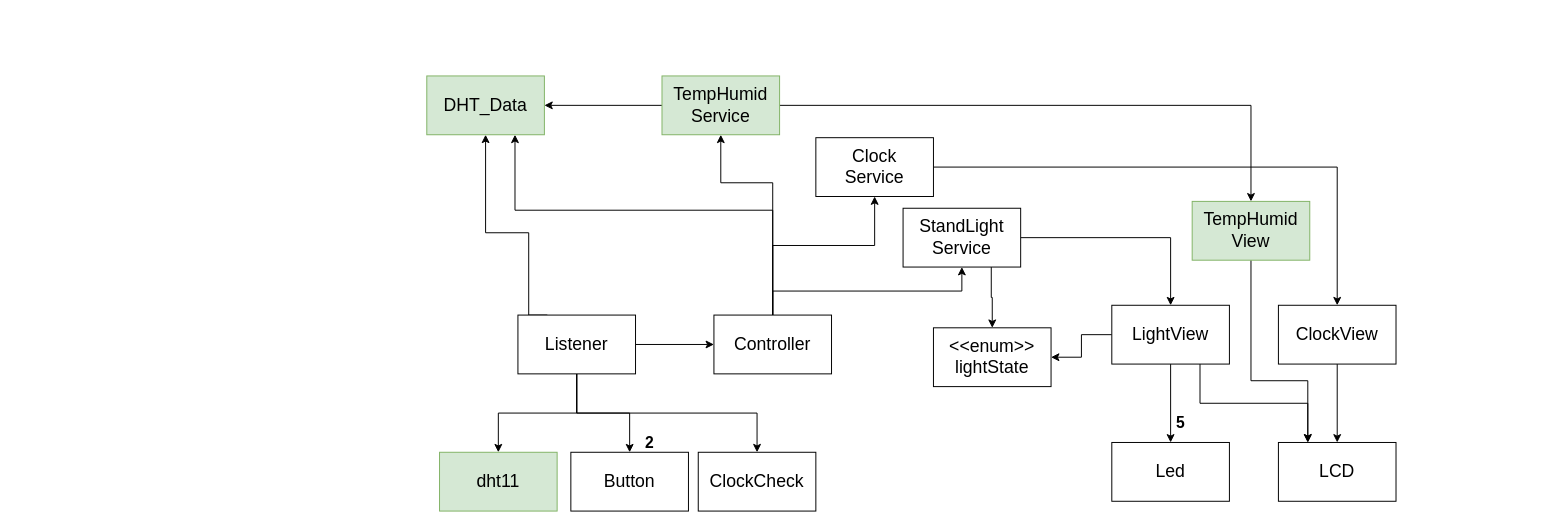
This is page "페이지-1" (1 of 2) of sw_design/architecture.drawio from Code-Jiugae/StandLight_hw, a draw.io file, before an edit. Source tidied: cells renumbered, new cells numbered last; positions are measured from the earlier drawing's top-left corner, leaving out a move shared by most shapes. Both pictures are drawn from the tidied source at 98%, with x=0, y=0 at pixel (426, 75).
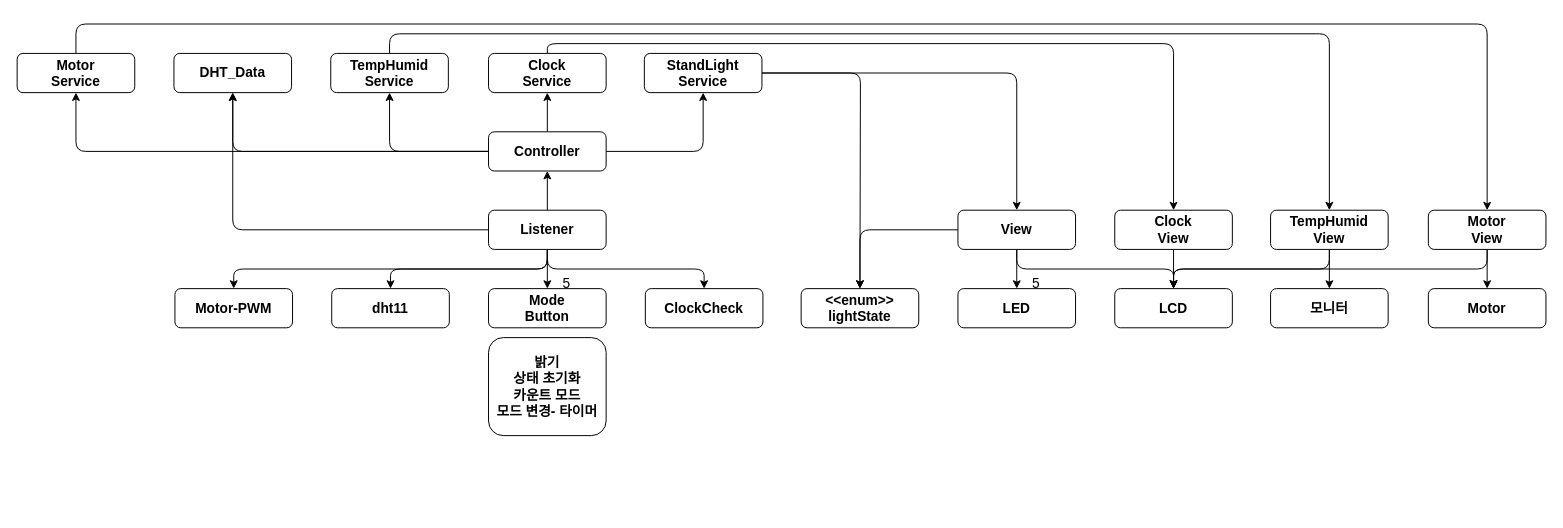
After the change.

Diff of the diagram source:
```diff
@@
-    <mxCell id="2" value="Button" style="whiteSpace=wrap;html=1;fontSize=18;" parent="1" vertex="1">
-      <mxGeometry x="147" y="384" width="120" height="60" as="geometry" />
-    </mxCell>
-    <mxCell id="3" style="edgeStyle=none;html=1;fontSize=18;" parent="1" edge="1" source="8" target="13">
-      <mxGeometry relative="1" as="geometry" />
-    </mxCell>
+    <mxCell id="34" style="edgeStyle=none;html=1;fontSize=14;rounded=1;" parent="1" edge="1" source="8" target="13">
+      <mxGeometry relative="1" as="geometry" />
+    </mxCell>
+    <mxCell id="38" style="edgeStyle=none;html=1;fontSize=14;rounded=1;" parent="1" edge="1" source="8" target="40">
+      <mxGeometry relative="1" as="geometry" />
+    </mxCell>
-    <mxCell id="4" style="edgeStyle=orthogonalEdgeStyle;rounded=0;html=1;exitX=0.5;exitY=1;exitDx=0;exitDy=0;entryX=0.5;entryY=0;entryDx=0;entryDy=0;fontSize=16;" parent="1" edge="1" source="8" target="29">
-      <mxGeometry relative="1" as="geometry" />
+    <mxCell id="4" style="edgeStyle=none;html=1;exitX=0.5;exitY=1;exitDx=0;exitDy=0;entryX=0.5;entryY=0;entryDx=0;entryDy=0;fontSize=14;rounded=1;" parent="1" edge="1" source="8" target="29">
+      <mxGeometry relative="1" as="geometry">
+        <Array as="points">
+          <mxPoint x="123" y="197" />
+          <mxPoint x="283" y="197" />
+        </Array>
+      </mxGeometry>
     </mxCell>
-    <mxCell id="5" style="edgeStyle=orthogonalEdgeStyle;rounded=0;html=1;exitX=0.5;exitY=1;exitDx=0;exitDy=0;entryX=0.5;entryY=0;entryDx=0;entryDy=0;" parent="1" edge="1" source="8" target="30">
+    <mxCell id="5" style="edgeStyle=orthogonalEdgeStyle;html=1;exitX=0.5;exitY=1;exitDx=0;exitDy=0;entryX=0.5;entryY=0;entryDx=0;entryDy=0;" parent="1" edge="1" source="8" target="30">
       <mxGeometry relative="1" as="geometry" />
     </mxCell>
-    <mxCell id="6" style="edgeStyle=orthogonalEdgeStyle;rounded=0;html=1;exitX=0.5;exitY=1;exitDx=0;exitDy=0;entryX=0.5;entryY=0;entryDx=0;entryDy=0;" parent="1" edge="1" source="8" target="2">
-      <mxGeometry relative="1" as="geometry" />
-    </mxCell>
-    <mxCell id="7" style="edgeStyle=orthogonalEdgeStyle;rounded=0;html=1;exitX=0.25;exitY=0;exitDx=0;exitDy=0;entryX=0.5;entryY=1;entryDx=0;entryDy=0;" parent="1" edge="1" source="8" target="36">
-      <mxGeometry relative="1" as="geometry">
-        <Array as="points">
-          <mxPoint x="104" y="244" />
-          <mxPoint x="104" y="160" />
-          <mxPoint x="60" y="160" />
-        </Array>
-      </mxGeometry>
+    <mxCell id="7" style="edgeStyle=orthogonalEdgeStyle;rounded=1;jettySize=auto;html=1;exitX=0;exitY=0.5;exitDx=0;exitDy=0;entryX=0.5;entryY=1;entryDx=0;entryDy=0;" parent="1" edge="1" source="8" target="36">
+      <mxGeometry relative="1" as="geometry" />
     </mxCell>
+    <mxCell id="39" style="edgeStyle=orthogonalEdgeStyle;rounded=1;jettySize=auto;html=1;exitX=0.5;exitY=1;exitDx=0;exitDy=0;fontSize=20;" parent="1" edge="1" source="8" target="57">
+      <mxGeometry relative="1" as="geometry" />
+    </mxCell>
-    <mxCell id="8" value="Listener" style="whiteSpace=wrap;html=1;fontSize=18;" parent="1" vertex="1">
-      <mxGeometry x="93" y="244" width="120" height="60" as="geometry" />
+    <mxCell id="8" value="&lt;b&gt;&lt;font style=&quot;font-size: 14px&quot;&gt;Listener&lt;/font&gt;&lt;/b&gt;" style="rounded=1;whiteSpace=wrap;html=1;" parent="1" vertex="1">
+      <mxGeometry x="63" y="137" width="120" height="40" as="geometry" />
     </mxCell>
+    <mxCell id="40" value="&lt;span style=&quot;font-size: 14px&quot;&gt;&lt;b&gt;Mode&lt;br&gt;Button&lt;/b&gt;&lt;/span&gt;" style="rounded=1;whiteSpace=wrap;html=1;" parent="1" vertex="1">
+      <mxGeometry x="63" y="217" width="120" height="40" as="geometry" />
+    </mxCell>
-    <mxCell id="9" style="edgeStyle=orthogonalEdgeStyle;rounded=0;html=1;exitX=0.5;exitY=0;exitDx=0;exitDy=0;entryX=0.5;entryY=1;entryDx=0;entryDy=0;fontSize=16;" parent="1" edge="1" source="13" target="26">
-      <mxGeometry relative="1" as="geometry">
-        <Array as="points">
-          <mxPoint x="353" y="173" />
-          <mxPoint x="457" y="173" />
-        </Array>
-      </mxGeometry>
+    <mxCell id="9" style="edgeStyle=orthogonalEdgeStyle;html=1;" parent="1" edge="1" source="13" target="26">
+      <mxGeometry relative="1" as="geometry" />
     </mxCell>
+    <mxCell id="11" style="edgeStyle=orthogonalEdgeStyle;html=1;exitX=0;exitY=0.5;exitDx=0;exitDy=0;entryX=0.5;entryY=1;entryDx=0;entryDy=0;" parent="1" edge="1" source="13" target="33">
+      <mxGeometry relative="1" as="geometry" />
+    </mxCell>
-    <mxCell id="10" style="edgeStyle=orthogonalEdgeStyle;rounded=0;html=1;exitX=0.5;exitY=0;exitDx=0;exitDy=0;entryX=0.5;entryY=1;entryDx=0;entryDy=0;" parent="1" edge="1" source="13" target="21">
+    <mxCell id="10" style="edgeStyle=orthogonalEdgeStyle;html=1;exitX=1;exitY=0.5;exitDx=0;exitDy=0;entryX=0.5;entryY=1;entryDx=0;entryDy=0;" parent="1" edge="1" source="13" target="21">
       <mxGeometry relative="1" as="geometry" />
     </mxCell>
-    <mxCell id="11" style="edgeStyle=orthogonalEdgeStyle;rounded=0;html=1;exitX=0.5;exitY=0;exitDx=0;exitDy=0;entryX=0.5;entryY=1;entryDx=0;entryDy=0;" parent="1" edge="1" source="13" target="33">
-      <mxGeometry relative="1" as="geometry">
-        <Array as="points">
-          <mxPoint x="353" y="109" />
-          <mxPoint x="300" y="109" />
-        </Array>
-      </mxGeometry>
-    </mxCell>
-    <mxCell id="12" style="edgeStyle=orthogonalEdgeStyle;rounded=0;html=1;exitX=0.5;exitY=0;exitDx=0;exitDy=0;entryX=0.75;entryY=1;entryDx=0;entryDy=0;" parent="1" edge="1" source="13" target="36">
-      <mxGeometry relative="1" as="geometry">
-        <Array as="points">
-          <mxPoint x="353" y="137" />
-          <mxPoint x="90" y="137" />
-        </Array>
-      </mxGeometry>
+    <mxCell id="12" style="edgeStyle=orthogonalEdgeStyle;rounded=1;jettySize=auto;html=1;exitX=0;exitY=0.5;exitDx=0;exitDy=0;entryX=0.5;entryY=1;entryDx=0;entryDy=0;" parent="1" edge="1" source="13" target="36">
+      <mxGeometry relative="1" as="geometry" />
     </mxCell>
+    <mxCell id="41" style="edgeStyle=orthogonalEdgeStyle;rounded=1;jettySize=auto;html=1;exitX=0;exitY=0.5;exitDx=0;exitDy=0;entryX=0.5;entryY=1;entryDx=0;entryDy=0;fontSize=20;" parent="1" edge="1" source="13" target="60">
+      <mxGeometry relative="1" as="geometry" />
+    </mxCell>
-    <mxCell id="13" value="Controller" style="whiteSpace=wrap;html=1;fontSize=18;" parent="1" vertex="1">
-      <mxGeometry x="293" y="244" width="120" height="60" as="geometry" />
+    <mxCell id="13" value="&lt;b&gt;&lt;font style=&quot;font-size: 14px&quot;&gt;Controller&lt;/font&gt;&lt;/b&gt;" style="rounded=1;whiteSpace=wrap;html=1;" parent="1" vertex="1">
+      <mxGeometry x="63" y="57" width="120" height="40" as="geometry" />
     </mxCell>
-    <mxCell id="14" style="edgeStyle=orthogonalEdgeStyle;html=1;fontSize=18;rounded=0;" parent="1" edge="1" source="17" target="18">
-      <mxGeometry relative="1" as="geometry" />
-    </mxCell>
-    <mxCell id="15" style="edgeStyle=orthogonalEdgeStyle;rounded=0;html=1;exitX=0.75;exitY=1;exitDx=0;exitDy=0;entryX=0.25;entryY=0;entryDx=0;entryDy=0;" parent="1" edge="1" source="17" target="24">
-      <mxGeometry relative="1" as="geometry" />
-    </mxCell>
-    <mxCell id="16" style="edgeStyle=orthogonalEdgeStyle;rounded=0;html=1;exitX=0;exitY=0.5;exitDx=0;exitDy=0;entryX=1;entryY=0.5;entryDx=0;entryDy=0;" parent="1" edge="1" source="17" target="37">
-      <mxGeometry relative="1" as="geometry" />
-    </mxCell>
-    <mxCell id="17" value="LightView" style="whiteSpace=wrap;html=1;fontSize=18;" parent="1" vertex="1">
-      <mxGeometry x="699" y="234" width="120" height="60" as="geometry" />
-    </mxCell>
-    <mxCell id="18" value="Led" style="whiteSpace=wrap;html=1;fontSize=18;" parent="1" vertex="1">
-      <mxGeometry x="699" y="374" width="120" height="60" as="geometry" />
-    </mxCell>
-    <mxCell id="19" style="edgeStyle=orthogonalEdgeStyle;html=1;exitX=1;exitY=0.5;exitDx=0;exitDy=0;entryX=0.5;entryY=0;entryDx=0;entryDy=0;fontSize=18;rounded=0;" parent="1" edge="1" source="21" target="17">
-      <mxGeometry relative="1" as="geometry" />
-    </mxCell>
-    <mxCell id="20" style="edgeStyle=orthogonalEdgeStyle;rounded=0;html=1;exitX=0.75;exitY=1;exitDx=0;exitDy=0;entryX=0.5;entryY=0;entryDx=0;entryDy=0;" parent="1" edge="1" source="21" target="37">
-      <mxGeometry relative="1" as="geometry" />
-    </mxCell>
+    <mxCell id="42" style="edgeStyle=orthogonalEdgeStyle;html=1;exitX=1;exitY=0.5;exitDx=0;exitDy=0;entryX=0.5;entryY=0;entryDx=0;entryDy=0;" parent="1" edge="1" source="21" target="47">
+      <mxGeometry relative="1" as="geometry" />
+    </mxCell>
+    <mxCell id="43" style="edgeStyle=orthogonalEdgeStyle;rounded=1;jettySize=auto;html=1;exitX=1;exitY=0.5;exitDx=0;exitDy=0;" parent="1" edge="1" source="21">
+      <mxGeometry relative="1" as="geometry">
+        <mxPoint x="442" y="217" as="targetPoint" />
+      </mxGeometry>
+    </mxCell>
-    <mxCell id="21" value="StandLight&lt;br&gt;Service" style="whiteSpace=wrap;html=1;fontSize=18;" parent="1" vertex="1">
-      <mxGeometry x="486" y="135" width="120" height="60" as="geometry" />
+    <mxCell id="21" value="&lt;b&gt;&lt;font style=&quot;font-size: 14px&quot;&gt;StandLight&lt;br&gt;Service&lt;/font&gt;&lt;/b&gt;" style="rounded=1;whiteSpace=wrap;html=1;" parent="1" vertex="1">
+      <mxGeometry x="222" y="-23" width="120" height="40" as="geometry" />
     </mxCell>
-    <mxCell id="22" value="2" style="text;html=1;align=center;verticalAlign=middle;strokeColor=none;fillColor=none;fontSize=16;fontStyle=1;" parent="1" vertex="1">
-      <mxGeometry x="217" y="364" width="20" height="20" as="geometry" />
-    </mxCell>
-    <mxCell id="23" value="5" style="text;html=1;align=center;verticalAlign=middle;strokeColor=none;fillColor=none;fontSize=16;fontStyle=1;" parent="1" vertex="1">
-      <mxGeometry x="759" y="344" width="20" height="20" as="geometry" />
-    </mxCell>
+    <mxCell id="44" style="edgeStyle=none;html=1;fontSize=14;rounded=1;" parent="1" edge="1" source="47" target="48">
+      <mxGeometry relative="1" as="geometry" />
+    </mxCell>
+    <mxCell id="45" style="edgeStyle=orthogonalEdgeStyle;html=1;exitX=0.5;exitY=1;exitDx=0;exitDy=0;entryX=0.5;entryY=0;entryDx=0;entryDy=0;" parent="1" edge="1" source="47" target="24">
+      <mxGeometry relative="1" as="geometry" />
+    </mxCell>
+    <mxCell id="46" style="edgeStyle=orthogonalEdgeStyle;rounded=1;jettySize=auto;html=1;exitX=0;exitY=0.5;exitDx=0;exitDy=0;entryX=0.5;entryY=0;entryDx=0;entryDy=0;" parent="1" edge="1" source="47" target="37">
+      <mxGeometry relative="1" as="geometry" />
+    </mxCell>
+    <mxCell id="47" value="&lt;b&gt;&lt;font style=&quot;font-size: 14px&quot;&gt;View&lt;/font&gt;&lt;/b&gt;" style="rounded=1;whiteSpace=wrap;html=1;" parent="1" vertex="1">
+      <mxGeometry x="542" y="137" width="120" height="40" as="geometry" />
+    </mxCell>
+    <mxCell id="48" value="&lt;b&gt;&lt;font style=&quot;font-size: 14px&quot;&gt;LED&lt;/font&gt;&lt;/b&gt;" style="rounded=1;whiteSpace=wrap;html=1;" parent="1" vertex="1">
+      <mxGeometry x="542" y="217" width="120" height="40" as="geometry" />
+    </mxCell>
-    <mxCell id="24" value="LCD" style="whiteSpace=wrap;html=1;fontSize=18;" parent="1" vertex="1">
-      <mxGeometry x="869" y="374" width="120" height="60" as="geometry" />
+    <mxCell id="24" value="&lt;b&gt;&lt;font style=&quot;font-size: 14px&quot;&gt;LCD&lt;/font&gt;&lt;/b&gt;" style="rounded=1;whiteSpace=wrap;html=1;" parent="1" vertex="1">
+      <mxGeometry x="702" y="217" width="120" height="40" as="geometry" />
     </mxCell>
-    <mxCell id="25" style="edgeStyle=orthogonalEdgeStyle;rounded=0;html=1;exitX=1;exitY=0.5;exitDx=0;exitDy=0;entryX=0.5;entryY=0;entryDx=0;entryDy=0;" parent="1" edge="1" source="26" target="28">
-      <mxGeometry relative="1" as="geometry" />
-    </mxCell>
+    <mxCell id="49" style="edgeStyle=orthogonalEdgeStyle;html=1;exitX=0.5;exitY=0;exitDx=0;exitDy=0;entryX=0.5;entryY=0;entryDx=0;entryDy=0;" parent="1" edge="1" source="26" target="51">
+      <mxGeometry relative="1" as="geometry" />
+    </mxCell>
-    <mxCell id="26" value="Clock&lt;br&gt;Service" style="whiteSpace=wrap;html=1;fontSize=18;" parent="1" vertex="1">
-      <mxGeometry x="397" y="63" width="120" height="60" as="geometry" />
+    <mxCell id="26" value="&lt;span style=&quot;font-size: 14px&quot;&gt;&lt;b&gt;Clock&lt;br&gt;Service&lt;/b&gt;&lt;/span&gt;" style="rounded=1;whiteSpace=wrap;html=1;" parent="1" vertex="1">
+      <mxGeometry x="63" y="-23" width="120" height="40" as="geometry" />
     </mxCell>
-    <mxCell id="27" style="edgeStyle=orthogonalEdgeStyle;rounded=0;html=1;exitX=0.5;exitY=1;exitDx=0;exitDy=0;entryX=0.5;entryY=0;entryDx=0;entryDy=0;fontSize=16;" parent="1" edge="1" source="28" target="24">
-      <mxGeometry relative="1" as="geometry" />
-    </mxCell>
-    <mxCell id="28" value="ClockView" style="whiteSpace=wrap;html=1;fontSize=18;" parent="1" vertex="1">
-      <mxGeometry x="869" y="234" width="120" height="60" as="geometry" />
-    </mxCell>
+    <mxCell id="50" style="edgeStyle=none;html=1;fontSize=14;rounded=1;" parent="1" edge="1" source="51" target="24">
+      <mxGeometry relative="1" as="geometry" />
+    </mxCell>
+    <mxCell id="51" value="&lt;b&gt;&lt;font style=&quot;font-size: 14px&quot;&gt;Clock&lt;br&gt;View&lt;/font&gt;&lt;/b&gt;" style="rounded=1;whiteSpace=wrap;html=1;" parent="1" vertex="1">
+      <mxGeometry x="702" y="137" width="120" height="40" as="geometry" />
+    </mxCell>
-    <mxCell id="29" value="ClockCheck" style="whiteSpace=wrap;html=1;fontSize=18;" parent="1" vertex="1">
-      <mxGeometry x="277" y="384" width="120" height="60" as="geometry" />
+    <mxCell id="29" value="&lt;span style=&quot;font-size: 14px&quot;&gt;&lt;b&gt;ClockCheck&lt;/b&gt;&lt;/span&gt;" style="rounded=1;whiteSpace=wrap;html=1;" parent="1" vertex="1">
+      <mxGeometry x="223" y="217" width="120" height="40" as="geometry" />
     </mxCell>
+    <mxCell id="52" value="5" style="text;html=1;strokeColor=none;fillColor=none;align=center;verticalAlign=middle;whiteSpace=wrap;rounded=0;fontSize=14;" parent="1" vertex="1">
+      <mxGeometry x="113" y="197" width="60" height="30" as="geometry" />
+    </mxCell>
+    <mxCell id="53" value="5" style="text;html=1;strokeColor=none;fillColor=none;align=center;verticalAlign=middle;whiteSpace=wrap;rounded=0;fontSize=14;" parent="1" vertex="1">
+      <mxGeometry x="592" y="197" width="60" height="30" as="geometry" />
+    </mxCell>
-    <mxCell id="30" value="dht11" style="whiteSpace=wrap;html=1;fontSize=18;fillColor=#d5e8d4;strokeColor=#82b366;" parent="1" vertex="1">
-      <mxGeometry x="13" y="384" width="120" height="60" as="geometry" />
+    <mxCell id="30" value="&lt;span style=&quot;font-size: 14px&quot;&gt;&lt;b&gt;dht11&lt;/b&gt;&lt;/span&gt;" style="rounded=1;whiteSpace=wrap;html=1;" parent="1" vertex="1">
+      <mxGeometry x="-97" y="217" width="120" height="40" as="geometry" />
     </mxCell>
-    <mxCell id="31" style="edgeStyle=orthogonalEdgeStyle;rounded=0;html=1;exitX=1;exitY=0.5;exitDx=0;exitDy=0;entryX=0.5;entryY=0;entryDx=0;entryDy=0;" parent="1" edge="1" source="33" target="35">
+    <mxCell id="31" style="edgeStyle=orthogonalEdgeStyle;rounded=1;jettySize=auto;html=1;exitX=0.5;exitY=0;exitDx=0;exitDy=0;entryX=0.5;entryY=0;entryDx=0;entryDy=0;" parent="1" edge="1" source="33" target="35">
       <mxGeometry relative="1" as="geometry" />
     </mxCell>
-    <mxCell id="32" style="edgeStyle=orthogonalEdgeStyle;rounded=0;html=1;exitX=0;exitY=0.5;exitDx=0;exitDy=0;" parent="1" edge="1" source="33" target="36">
-      <mxGeometry relative="1" as="geometry" />
-    </mxCell>
-    <mxCell id="33" value="TempHumid&lt;br&gt;Service" style="whiteSpace=wrap;html=1;fontSize=18;fillColor=#d5e8d4;strokeColor=#82b366;" parent="1" vertex="1">
-      <mxGeometry x="240" width="120" height="60" as="geometry" />
+    <mxCell id="33" value="&lt;span style=&quot;font-size: 14px&quot;&gt;&lt;b&gt;TempHumid&lt;br&gt;Service&lt;br&gt;&lt;/b&gt;&lt;/span&gt;" style="rounded=1;whiteSpace=wrap;html=1;" parent="1" vertex="1">
+      <mxGeometry x="-98" y="-23" width="120" height="40" as="geometry" />
     </mxCell>
-    <mxCell id="34" style="edgeStyle=orthogonalEdgeStyle;rounded=0;html=1;exitX=0.5;exitY=1;exitDx=0;exitDy=0;entryX=0.25;entryY=0;entryDx=0;entryDy=0;" parent="1" edge="1" source="35" target="24">
-      <mxGeometry relative="1" as="geometry">
-        <Array as="points">
-          <mxPoint x="841" y="311" />
-          <mxPoint x="899" y="311" />
-        </Array>
-      </mxGeometry>
-    </mxCell>
+    <mxCell id="54" value="&lt;span style=&quot;font-size: 14px;&quot;&gt;&lt;b&gt;모니터&lt;/b&gt;&lt;/span&gt;" style="rounded=1;whiteSpace=wrap;html=1;" parent="1" vertex="1">
+      <mxGeometry x="861" y="217" width="120" height="40" as="geometry" />
+    </mxCell>
+    <mxCell id="55" style="edgeStyle=orthogonalEdgeStyle;rounded=0;jettySize=auto;html=1;" parent="1" edge="1" source="35" target="54">
+      <mxGeometry relative="1" as="geometry" />
+    </mxCell>
+    <mxCell id="56" style="edgeStyle=orthogonalEdgeStyle;rounded=1;jettySize=auto;html=1;exitX=0.5;exitY=1;exitDx=0;exitDy=0;entryX=0.5;entryY=0;entryDx=0;entryDy=0;" parent="1" edge="1" source="35" target="24">
+      <mxGeometry relative="1" as="geometry" />
+    </mxCell>
-    <mxCell id="35" value="TempHumid&lt;br&gt;View" style="whiteSpace=wrap;html=1;fontSize=18;fillColor=#d5e8d4;strokeColor=#82b366;" parent="1" vertex="1">
-      <mxGeometry x="781" y="128" width="120" height="60" as="geometry" />
+    <mxCell id="35" value="&lt;b style=&quot;font-size: 14px;&quot;&gt;TempHumid&lt;/b&gt;&lt;span style=&quot;font-size: 14px;&quot;&gt;&lt;b&gt;&lt;br&gt;View&lt;br&gt;&lt;/b&gt;&lt;/span&gt;" style="rounded=1;whiteSpace=wrap;html=1;" parent="1" vertex="1">
+      <mxGeometry x="861" y="137" width="120" height="40" as="geometry" />
     </mxCell>
-    <mxCell id="36" value="DHT_Data" style="whiteSpace=wrap;html=1;fontSize=18;fillColor=#d5e8d4;strokeColor=#82b366;" parent="1" vertex="1">
-      <mxGeometry width="120" height="60" as="geometry" />
+    <mxCell id="36" value="&lt;span style=&quot;font-size: 14px&quot;&gt;&lt;b&gt;DHT_Data&lt;br&gt;&lt;/b&gt;&lt;/span&gt;" style="rounded=1;whiteSpace=wrap;html=1;" parent="1" vertex="1">
+      <mxGeometry x="-258" y="-23" width="120" height="40" as="geometry" />
     </mxCell>
-    <mxCell id="37" value="&amp;lt;&amp;lt;enum&amp;gt;&amp;gt;&lt;br&gt;lightState" style="whiteSpace=wrap;html=1;fontSize=18;" parent="1" vertex="1">
-      <mxGeometry x="517" y="257" width="120" height="60" as="geometry" />
+    <mxCell id="37" value="&lt;b&gt;&lt;font style=&quot;font-size: 14px&quot;&gt;&amp;lt;&amp;lt;enum&amp;gt;&amp;gt;&lt;br&gt;lightState&lt;br&gt;&lt;/font&gt;&lt;/b&gt;" style="rounded=1;whiteSpace=wrap;html=1;" parent="1" vertex="1">
+      <mxGeometry x="382" y="217" width="120" height="40" as="geometry" />
     </mxCell>
+    <mxCell id="57" value="&lt;span style=&quot;font-size: 14px;&quot;&gt;&lt;b&gt;Motor-PWM&lt;br&gt;&lt;/b&gt;&lt;/span&gt;" style="rounded=1;whiteSpace=wrap;html=1;" parent="1" vertex="1">
+      <mxGeometry x="-257" y="217" width="120" height="40" as="geometry" />
+    </mxCell>
+    <mxCell id="58" value="&lt;span style=&quot;font-size: 14px;&quot;&gt;&lt;b&gt;밝기&lt;br&gt;상태 초기화&lt;br&gt;카운트 모드&lt;br&gt;모드 변경- 타이머&lt;br&gt;&lt;/b&gt;&lt;/span&gt;" style="rounded=1;whiteSpace=wrap;html=1;" parent="1" vertex="1">
+      <mxGeometry x="63" y="267" width="120" height="100" as="geometry" />
+    </mxCell>
+    <mxCell id="59" style="edgeStyle=orthogonalEdgeStyle;rounded=1;jettySize=auto;html=1;exitX=0.5;exitY=0;exitDx=0;exitDy=0;entryX=0.5;entryY=0;entryDx=0;entryDy=0;fontSize=20;" parent="1" edge="1" source="60" target="63">
+      <mxGeometry relative="1" as="geometry">
+        <Array as="points">
+          <mxPoint x="-358" y="-53" />
+          <mxPoint x="1082" y="-53" />
+        </Array>
+      </mxGeometry>
+    </mxCell>
+    <mxCell id="60" value="&lt;span style=&quot;font-size: 14px&quot;&gt;&lt;b&gt;Motor&lt;br&gt;Service&lt;br&gt;&lt;/b&gt;&lt;/span&gt;" style="rounded=1;whiteSpace=wrap;html=1;" parent="1" vertex="1">
+      <mxGeometry x="-418" y="-23" width="120" height="40" as="geometry" />
+    </mxCell>
+    <mxCell id="61" style="edgeStyle=orthogonalEdgeStyle;rounded=1;jettySize=auto;html=1;exitX=0.5;exitY=1;exitDx=0;exitDy=0;entryX=0.5;entryY=0;entryDx=0;entryDy=0;fontSize=20;" parent="1" edge="1" source="63" target="24">
+      <mxGeometry relative="1" as="geometry" />
+    </mxCell>
+    <mxCell id="62" style="edgeStyle=orthogonalEdgeStyle;rounded=1;jettySize=auto;html=1;exitX=0.5;exitY=1;exitDx=0;exitDy=0;entryX=0.5;entryY=0;entryDx=0;entryDy=0;fontSize=20;" parent="1" edge="1" source="63" target="64">
+      <mxGeometry relative="1" as="geometry" />
+    </mxCell>
+    <mxCell id="63" value="&lt;span style=&quot;font-size: 14px;&quot;&gt;&lt;b&gt;Motor&lt;br&gt;View&lt;br&gt;&lt;/b&gt;&lt;/span&gt;" style="rounded=1;whiteSpace=wrap;html=1;" parent="1" vertex="1">
+      <mxGeometry x="1022" y="137" width="120" height="40" as="geometry" />
+    </mxCell>
+    <mxCell id="64" value="&lt;b&gt;&lt;font style=&quot;font-size: 14px&quot;&gt;Motor&lt;/font&gt;&lt;/b&gt;" style="rounded=1;whiteSpace=wrap;html=1;" parent="1" vertex="1">
+      <mxGeometry x="1022" y="217" width="120" height="40" as="geometry" />
+    </mxCell>
```
